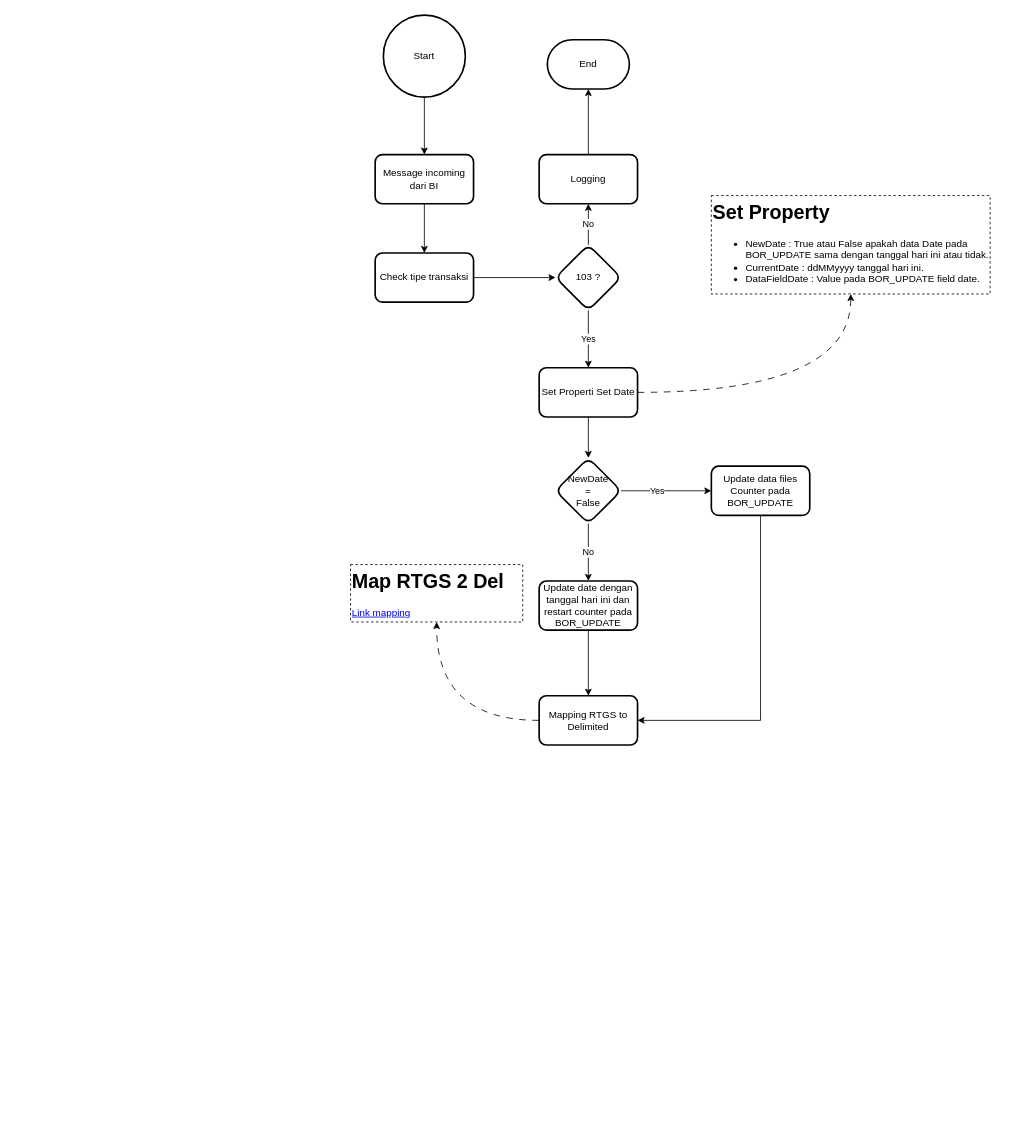
Venturium-System-Indonesia/WorkFlow-RTGSGen2Immitation keeps this draw.io diagram as Untitled Diagram.drawio. Above is the earlier version. Source tidied: cells renumbered, new cells numbered last; positions are measured from the earlier drawing's top-left corner, leaving out a move shared by most shapes. Both pictures are drawn from the tidied source at 82%, with x=0, y=0 at pixel (350, 15).
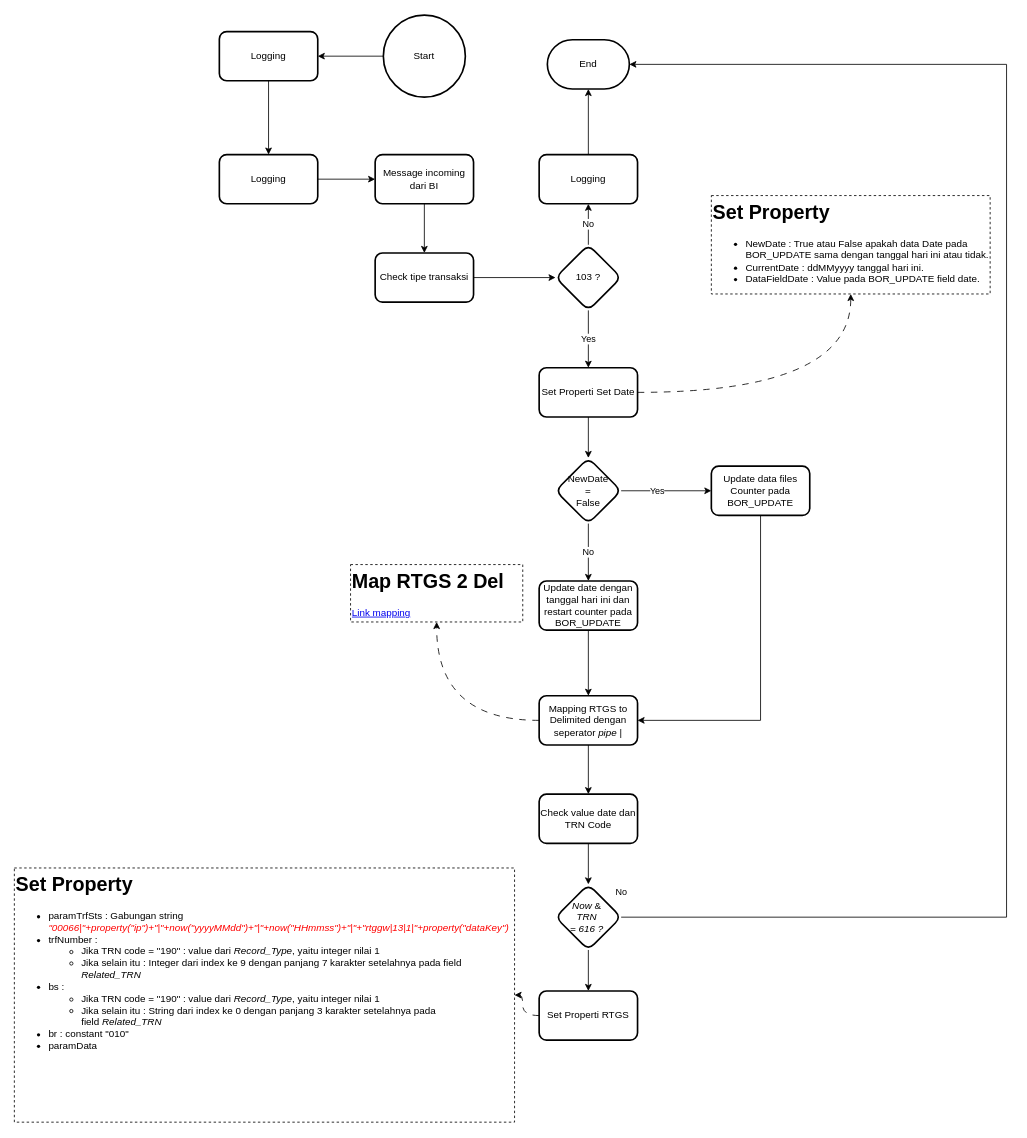
Above is the later version.

Commit message:
Update set properti RTGS

Unchanged cells that the change refers to:
```xml
<mxCell id="3" value="Start" style="strokeWidth=2;html=1;shape=mxgraph.flowchart.start_2;whiteSpace=wrap;" parent="1" vertex="1">
  <mxGeometry x="40" width="100" height="100" as="geometry" />
</mxCell>
<mxCell id="5" value="Message incoming dari BI" style="rounded=1;whiteSpace=wrap;html=1;strokeWidth=2;" parent="1" vertex="1">
  <mxGeometry x="30" y="170" width="120" height="60" as="geometry" />
</mxCell>
<mxCell id="13" value="End" style="strokeWidth=2;html=1;shape=mxgraph.flowchart.terminator;whiteSpace=wrap;" parent="1" vertex="1">
  <mxGeometry x="240" y="30" width="100" height="60" as="geometry" />
</mxCell>
```

The edit, as a diff of the source:
```diff
@@
-    <mxCell id="2" style="edgeStyle=orthogonalEdgeStyle;rounded=0;jettySize=auto;html=1;" parent="1" edge="1" source="3" target="5">
-      <mxGeometry relative="1" as="geometry" />
-    </mxCell>
+    <mxCell id="29" style="edgeStyle=orthogonalEdgeStyle;rounded=0;jettySize=auto;html=1;" parent="1" edge="1" source="3" target="40">
+      <mxGeometry relative="1" as="geometry" />
+    </mxCell>
@@
+    <mxCell id="30" style="edgeStyle=orthogonalEdgeStyle;rounded=0;jettySize=auto;html=1;" parent="1" edge="1" source="27" target="32">
+      <mxGeometry relative="1" as="geometry" />
+    </mxCell>
-    <mxCell id="27" value="Mapping RTGS to Delimited" style="whiteSpace=wrap;html=1;rounded=1;strokeWidth=2;" parent="1" vertex="1">
+    <mxCell id="27" value="Mapping RTGS to Delimited dengan seperator &lt;i&gt;pipe&lt;/i&gt;&amp;nbsp;|" style="whiteSpace=wrap;html=1;rounded=1;strokeWidth=2;" parent="1" vertex="1">
       <mxGeometry x="230" y="830" width="120" height="60" as="geometry" />
     </mxCell>
@@
+    <mxCell id="31" style="edgeStyle=orthogonalEdgeStyle;rounded=0;jettySize=auto;html=1;" parent="1" edge="1" source="32" target="34">
+      <mxGeometry relative="1" as="geometry" />
+    </mxCell>
+    <mxCell id="32" value="Check value date dan TRN Code" style="whiteSpace=wrap;html=1;rounded=1;strokeWidth=2;" parent="1" vertex="1">
+      <mxGeometry x="230" y="950" width="120" height="60" as="geometry" />
+    </mxCell>
+    <mxCell id="33" style="edgeStyle=orthogonalEdgeStyle;rounded=0;jettySize=auto;html=1;entryX=0.5;entryY=0;entryDx=0;entryDy=0;" parent="1" edge="1" source="34" target="37">
+      <mxGeometry relative="1" as="geometry" />
+    </mxCell>
+    <mxCell id="34" value="&lt;i&gt;Now &lt;/i&gt;&amp;amp;&amp;nbsp;&lt;div&gt;&lt;i&gt;TRN&amp;nbsp;&lt;/i&gt;&lt;/div&gt;&lt;div&gt;&lt;i&gt;= 616 ?&amp;nbsp;&lt;/i&gt;&lt;/div&gt;" style="rhombus;whiteSpace=wrap;html=1;rounded=1;strokeWidth=2;" parent="1" vertex="1">
+      <mxGeometry x="250" y="1060" width="80" height="80" as="geometry" />
+    </mxCell>
+    <mxCell id="35" value="No" style="edgeStyle=orthogonalEdgeStyle;rounded=0;jettySize=auto;html=1;entryX=1;entryY=0.5;entryDx=0;entryDy=0;entryPerimeter=0;jumpStyle=arc;" parent="1" edge="1" source="34" target="13">
+      <mxGeometry x="-1" y="30" relative="1" as="geometry">
+        <Array as="points">
+          <mxPoint x="800" y="1100" />
+          <mxPoint x="800" y="60" />
+        </Array>
+      </mxGeometry>
+    </mxCell>
+    <mxCell id="36" style="edgeStyle=orthogonalEdgeStyle;rounded=0;jettySize=auto;html=1;curved=1;dashed=1;dashPattern=8 8;" parent="1" edge="1" source="37" target="38">
+      <mxGeometry relative="1" as="geometry" />
+    </mxCell>
+    <mxCell id="37" value="Set Properti RTGS" style="whiteSpace=wrap;html=1;rounded=1;strokeWidth=2;" parent="1" vertex="1">
+      <mxGeometry x="230" y="1190" width="120" height="60" as="geometry" />
+    </mxCell>
+    <mxCell id="38" value="&lt;h1 style=&quot;margin-top: 0px;&quot;&gt;Set Property&lt;/h1&gt;&lt;p&gt;&lt;/p&gt;&lt;ul&gt;&lt;li&gt;paramTrfSts : Gabungan string &lt;i&gt;&lt;font style=&quot;color: rgb(255, 0, 0);&quot;&gt;&quot;00066|&quot;+property(&quot;ip&quot;)+&quot;|&quot;+now(&quot;yyyyMMdd&quot;)+&quot;|&quot;+now(&quot;HHmmss&quot;)+&quot;|&quot;+&quot;rtggw|13|1|&quot;+property(&quot;dataKey&quot;)&lt;/font&gt;&lt;/i&gt;&lt;/li&gt;&lt;li&gt;trfNumber :&amp;nbsp;&lt;/li&gt;&lt;ul&gt;&lt;li&gt;Jika TRN code = &quot;190&quot; : value dari &lt;i&gt;Record_Type&lt;/i&gt;, yaitu integer nilai 1&lt;/li&gt;&lt;li&gt;Jika selain itu : Integer dari index ke 9 dengan panjang 7 karakter setelahnya pada field &lt;i&gt;Related_TRN&lt;/i&gt;&lt;/li&gt;&lt;/ul&gt;&lt;li&gt;bs :&amp;nbsp;&lt;/li&gt;&lt;ul&gt;&lt;li&gt;Jika TRN code = &quot;190&quot; : value dari&amp;nbsp;&lt;i&gt;Record_Type&lt;/i&gt;, yaitu integer nilai 1&lt;/li&gt;&lt;li&gt;Jika selain itu : String dari index ke 0 dengan panjang 3 karakter setelahnya pada field&amp;nbsp;&lt;i&gt;Related_TRN&lt;/i&gt;&lt;/li&gt;&lt;/ul&gt;&lt;li&gt;br : constant &quot;010&quot;&lt;/li&gt;&lt;li&gt;paramData&lt;/li&gt;&lt;/ul&gt;&lt;p&gt;&lt;/p&gt;" style="text;html=1;whiteSpace=wrap;overflow=hidden;rounded=0;dashed=1;strokeColor=default;" parent="1" vertex="1">
+      <mxGeometry x="-410" y="1040" width="610" height="310" as="geometry" />
+    </mxCell>
+    <mxCell id="39" style="edgeStyle=orthogonalEdgeStyle;rounded=0;jettySize=auto;html=1;entryX=0.5;entryY=0;entryDx=0;entryDy=0;" parent="1" edge="1" source="40" target="42">
+      <mxGeometry relative="1" as="geometry" />
+    </mxCell>
+    <mxCell id="40" value="Logging" style="whiteSpace=wrap;html=1;rounded=1;strokeWidth=2;" parent="1" vertex="1">
+      <mxGeometry x="-160" y="20" width="120" height="60" as="geometry" />
+    </mxCell>
+    <mxCell id="41" style="edgeStyle=orthogonalEdgeStyle;rounded=0;jettySize=auto;html=1;entryX=0;entryY=0.5;entryDx=0;entryDy=0;" parent="1" edge="1" source="42" target="5">
+      <mxGeometry relative="1" as="geometry" />
+    </mxCell>
+    <mxCell id="42" value="Logging" style="whiteSpace=wrap;html=1;rounded=1;strokeWidth=2;" parent="1" vertex="1">
+      <mxGeometry x="-160" y="170" width="120" height="60" as="geometry" />
+    </mxCell>
```
